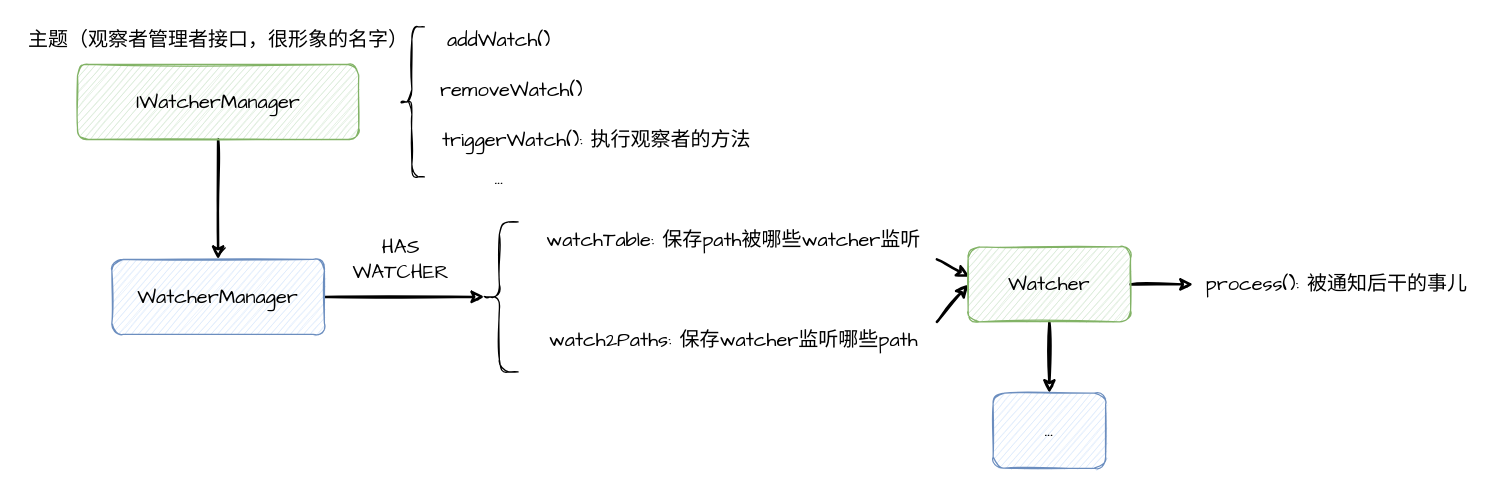
Above: page "第 2 页" (2 of 2) of images/观察者模式.drawio in FangYuan33/head-first-design-patterns (draw.io), before the change. Source tidied: cells renumbered, new cells numbered last; positions are measured from the earlier drawing's top-left corner, leaving out a move shared by most shapes. Both pictures are drawn from the tidied source at 125%, with x=0, y=0 at pixel (20, 21).
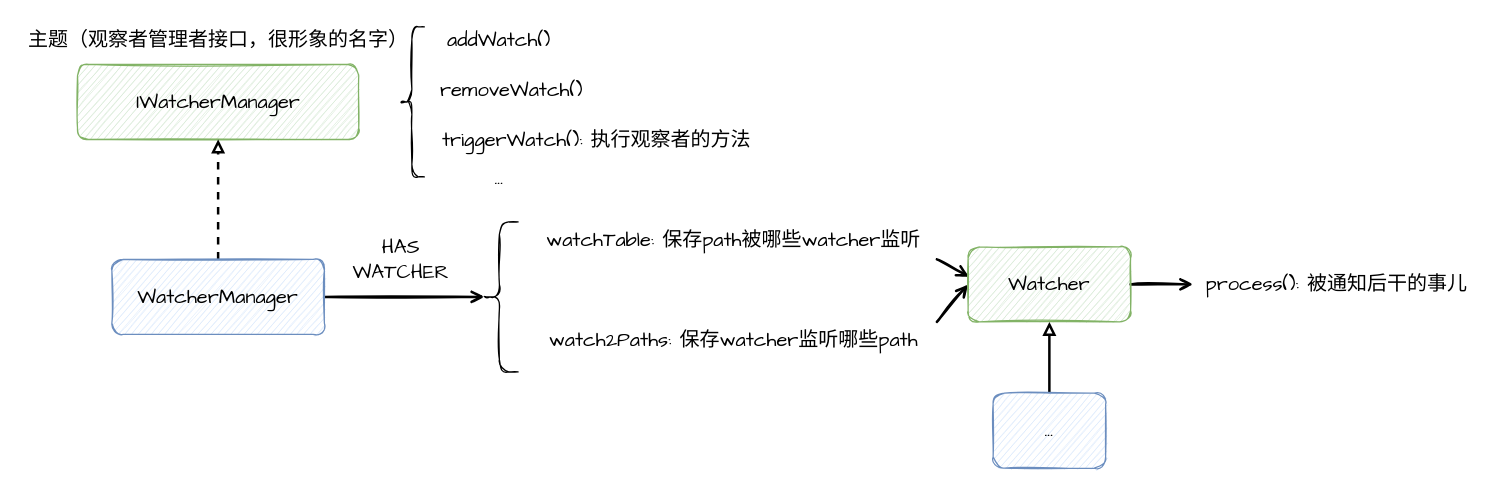
After the change.

Unchanged cells that the change refers to:
```xml
<mxCell id="3" value="&lt;span style=&quot;font-size: 16px;&quot;&gt;IWatcherManager&lt;/span&gt;" style="rounded=1;whiteSpace=wrap;html=1;fillColor=#d5e8d4;strokeColor=#82b366;sketch=1;fontFamily=Comic Sans MS;" parent="1" vertex="1">
  <mxGeometry x="45.5" y="34" width="225" height="60" as="geometry" />
</mxCell>
<mxCell id="11" value="&lt;font style=&quot;font-size: 16px;&quot;&gt;WatcherManager&lt;/font&gt;" style="rounded=1;whiteSpace=wrap;html=1;fillColor=#dae8fc;strokeColor=#6c8ebf;sketch=1;fontFamily=Comic Sans MS;" parent="1" vertex="1">
  <mxGeometry x="73" y="190" width="170" height="60" as="geometry" />
</mxCell>
<mxCell id="12" style="shape=curlyBracket;whiteSpace=wrap;html=1;rounded=1;sketch=1;fontFamily=Helvetica;fontSize=16;fontColor=#000000;" parent="1" vertex="1">
  <mxGeometry x="368" y="160" width="30" height="120" as="geometry" />
</mxCell>
<mxCell id="14" value="watchTable: 保存path被哪些watcher监听" style="text;html=1;strokeColor=none;fillColor=none;align=center;verticalAlign=middle;whiteSpace=wrap;rounded=0;sketch=1;fontFamily=Comic Sans MS;fontSize=16;" parent="1" vertex="1">
  <mxGeometry x="408" y="160" width="325" height="30" as="geometry" />
</mxCell>
<mxCell id="16" value="watch2Paths: 保存watcher监听哪些path" style="text;html=1;strokeColor=none;fillColor=none;align=center;verticalAlign=middle;whiteSpace=wrap;rounded=0;sketch=1;fontFamily=Comic Sans MS;fontSize=16;" parent="1" vertex="1">
  <mxGeometry x="408" y="240" width="325" height="30" as="geometry" />
</mxCell>
<mxCell id="19" value="&lt;span style=&quot;font-size: 16px;&quot;&gt;Watcher&lt;/span&gt;" style="rounded=1;whiteSpace=wrap;html=1;fillColor=#d5e8d4;strokeColor=#82b366;sketch=1;fontFamily=Comic Sans MS;" parent="1" vertex="1">
  <mxGeometry x="758" y="180" width="130" height="60" as="geometry" />
</mxCell>
<mxCell id="20" value="&lt;span style=&quot;font-size: 16px;&quot;&gt;...&lt;/span&gt;" style="rounded=1;whiteSpace=wrap;html=1;fillColor=#dae8fc;strokeColor=#6c8ebf;sketch=1;fontFamily=Comic Sans MS;" parent="1" vertex="1">
  <mxGeometry x="778" y="297" width="90" height="60" as="geometry" />
</mxCell>
<mxCell id="21" value="process(): 被通知后干的事儿" style="text;html=1;strokeColor=none;fillColor=none;align=center;verticalAlign=middle;whiteSpace=wrap;rounded=0;sketch=1;fontFamily=Comic Sans MS;fontSize=16;" parent="1" vertex="1">
  <mxGeometry x="938" y="195" width="230" height="30" as="geometry" />
</mxCell>
```

Change to the diagram source:
```diff
@@
-    <mxCell id="2" style="edgeStyle=none;rounded=0;sketch=1;jettySize=auto;html=1;entryX=0.5;entryY=0;entryDx=0;entryDy=0;strokeWidth=2;fontFamily=Comic Sans MS;fontSize=16;" parent="1" edge="1" source="3" target="11">
-      <mxGeometry relative="1" as="geometry" />
-    </mxCell>
@@
-    <mxCell id="10" value="HAS&lt;br&gt;WATCHER" style="edgeStyle=none;rounded=0;sketch=1;jettySize=auto;html=1;strokeWidth=2;fontFamily=Comic Sans MS;fontSize=16;entryX=0.1;entryY=0.5;entryDx=0;entryDy=0;entryPerimeter=0;" parent="1" edge="1" source="11" target="12">
+    <mxCell id="10" value="HAS&lt;br&gt;WATCHER" style="edgeStyle=none;rounded=0;sketch=1;jettySize=auto;html=1;strokeWidth=2;fontFamily=Comic Sans MS;fontSize=16;entryX=0.1;entryY=0.5;entryDx=0;entryDy=0;entryPerimeter=0;endArrow=open;endFill=0;" parent="1" edge="1" source="11" target="12">
       <mxGeometry x="-0.04" y="30" relative="1" as="geometry" />
     </mxCell>
+    <mxCell id="22" style="edgeStyle=none;rounded=0;jettySize=auto;html=1;entryX=0.5;entryY=1;entryDx=0;entryDy=0;strokeWidth=2;endArrow=block;endFill=0;dashed=1;" parent="1" edge="1" source="11" target="3">
+      <mxGeometry relative="1" as="geometry" />
+    </mxCell>
@@
-    <mxCell id="13" style="edgeStyle=none;rounded=0;sketch=1;jettySize=auto;html=1;exitX=1;exitY=1;exitDx=0;exitDy=0;entryX=0.008;entryY=0.4;entryDx=0;entryDy=0;entryPerimeter=0;strokeWidth=2;fontFamily=Comic Sans MS;fontSize=16;" parent="1" edge="1" source="14" target="19">
+    <mxCell id="13" style="edgeStyle=none;rounded=0;sketch=1;jettySize=auto;html=1;exitX=1;exitY=1;exitDx=0;exitDy=0;entryX=0.008;entryY=0.4;entryDx=0;entryDy=0;entryPerimeter=0;strokeWidth=2;fontFamily=Comic Sans MS;fontSize=16;endArrow=open;endFill=0;" parent="1" edge="1" source="14" target="19">
       <mxGeometry relative="1" as="geometry" />
     </mxCell>
@@
-    <mxCell id="15" style="edgeStyle=none;rounded=0;sketch=1;jettySize=auto;html=1;exitX=1;exitY=0;exitDx=0;exitDy=0;entryX=0;entryY=0.5;entryDx=0;entryDy=0;strokeWidth=2;fontFamily=Comic Sans MS;fontSize=16;" parent="1" edge="1" source="16" target="19">
+    <mxCell id="15" style="edgeStyle=none;rounded=0;sketch=1;jettySize=auto;html=1;exitX=1;exitY=0;exitDx=0;exitDy=0;entryX=0;entryY=0.5;entryDx=0;entryDy=0;strokeWidth=2;fontFamily=Comic Sans MS;fontSize=16;endArrow=open;endFill=0;" parent="1" edge="1" source="16" target="19">
       <mxGeometry relative="1" as="geometry" />
     </mxCell>
@@
-    <mxCell id="17" style="edgeStyle=none;rounded=0;sketch=1;jettySize=auto;html=1;entryX=0.5;entryY=0;entryDx=0;entryDy=0;strokeWidth=2;fontFamily=Comic Sans MS;fontSize=16;" parent="1" edge="1" source="19" target="20">
-      <mxGeometry relative="1" as="geometry" />
-    </mxCell>
-    <mxCell id="18" style="edgeStyle=none;rounded=0;sketch=1;jettySize=auto;html=1;strokeWidth=2;fontFamily=Comic Sans MS;fontSize=16;" parent="1" edge="1" source="19" target="21">
+    <mxCell id="18" style="edgeStyle=none;rounded=0;sketch=1;jettySize=auto;html=1;strokeWidth=2;fontFamily=Comic Sans MS;fontSize=16;endArrow=open;endFill=0;" parent="1" edge="1" source="19" target="21">
       <mxGeometry relative="1" as="geometry" />
     </mxCell>
@@
+    <mxCell id="23" style="edgeStyle=none;rounded=0;jettySize=auto;html=1;strokeWidth=2;endArrow=block;endFill=0;" parent="1" edge="1" source="20" target="19">
+      <mxGeometry relative="1" as="geometry" />
+    </mxCell>
```
